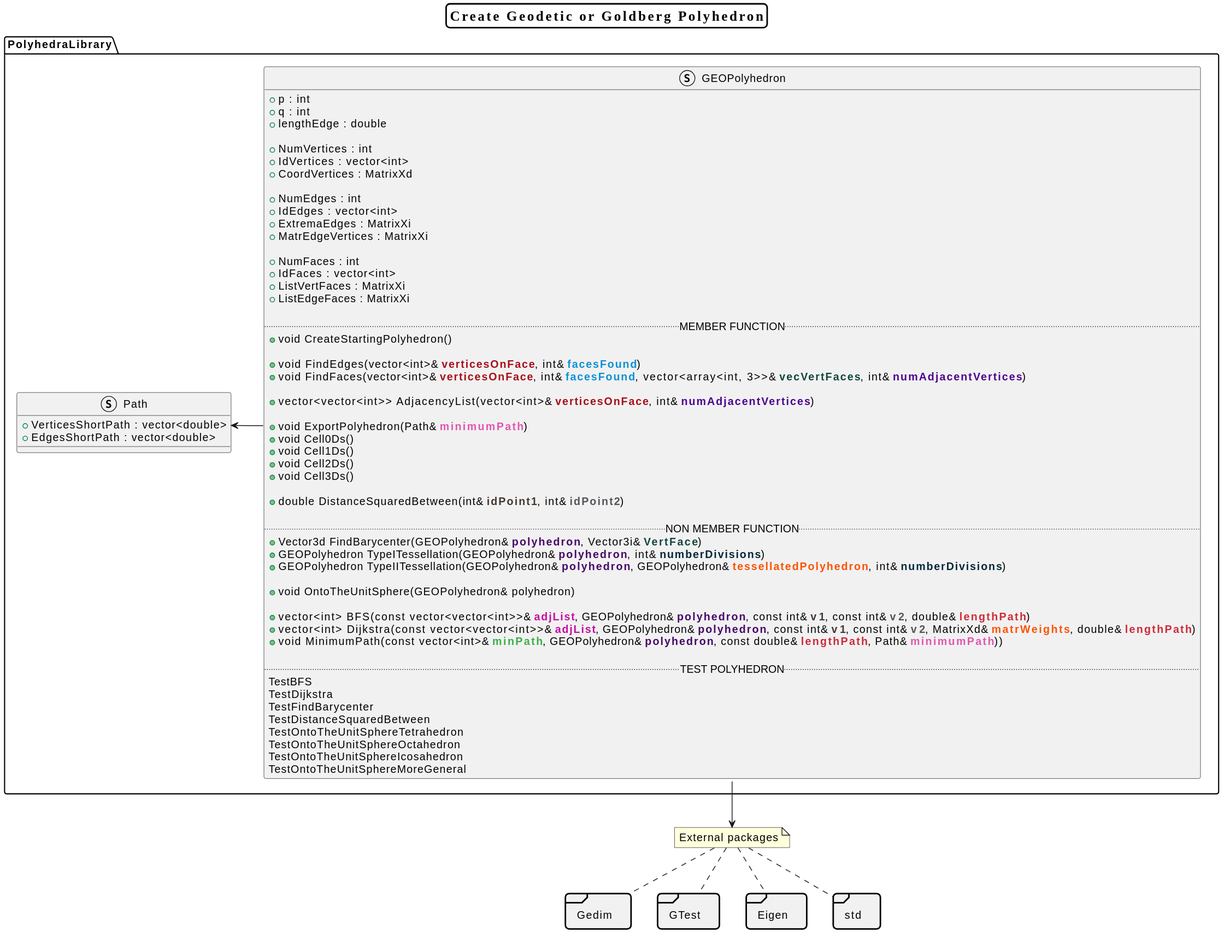
This is Documentation/SVG_images/PolyhedraLibrary.svg from M4rc10n3/ProgettoPCS2025, a PlantUML export, as it was before one commit.
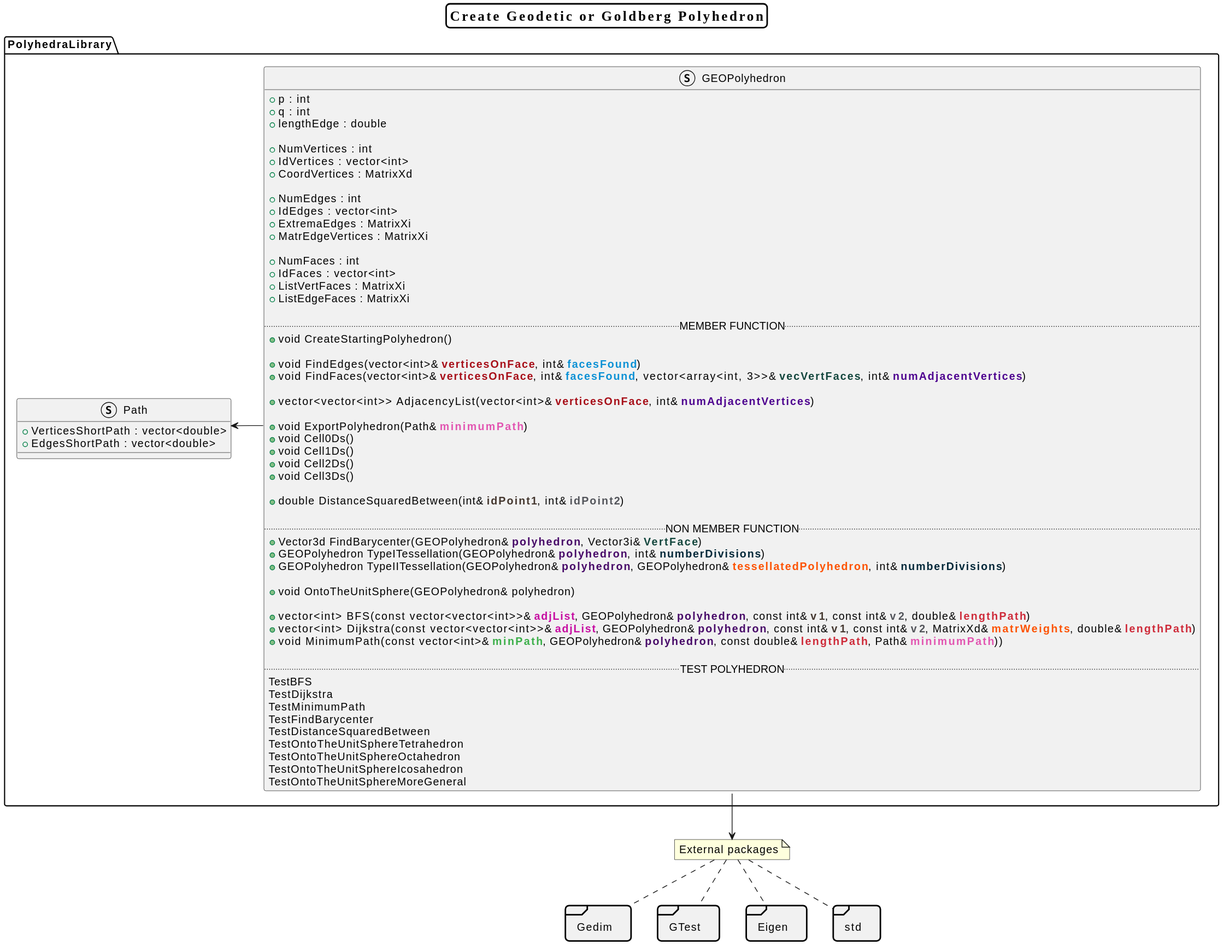
The same diagram one commit later.

Diff of the diagram source:
```diff
@@ -67,6 +67,7 @@
   .. TEST POLYHEDRON ..
   TestBFS
   TestDijkstra
+  TestMinimumPath
   TestFindBarycenter
   TestDistanceSquaredBetween
   TestOntoTheUnitSphereTetrahedron
```
